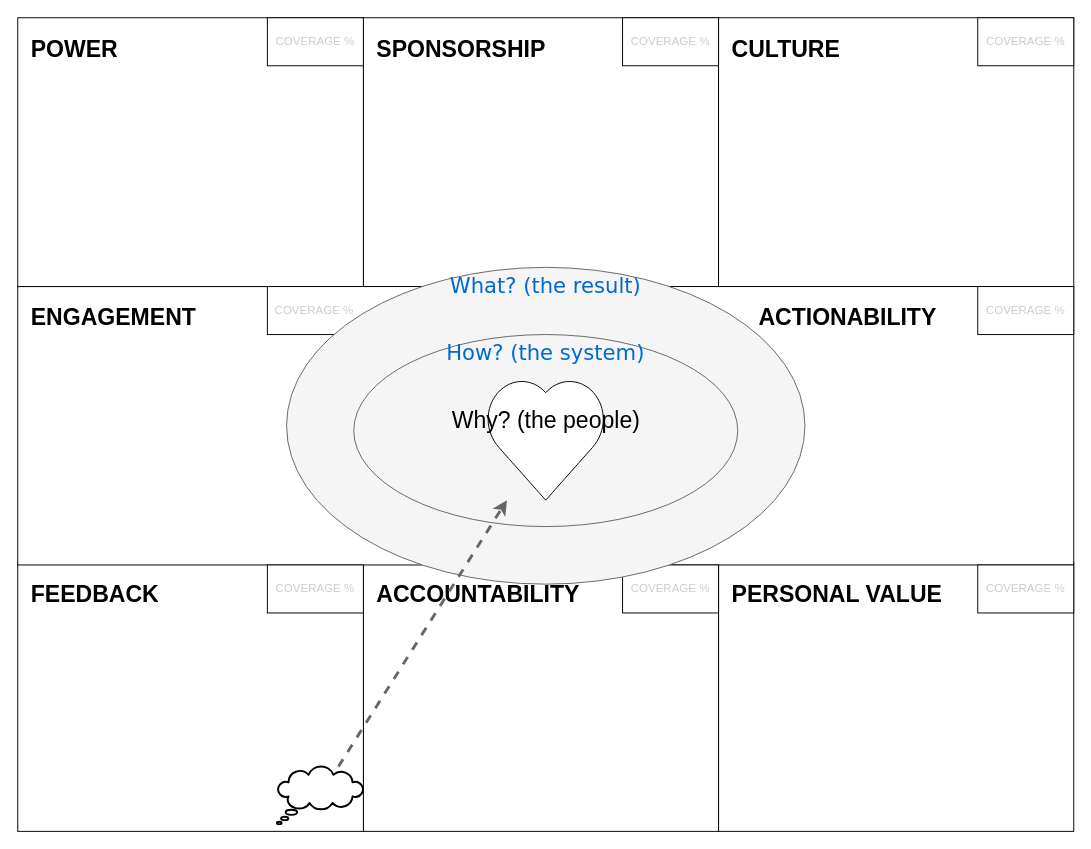
Before: collective-action-canvas.drawio in rquast/collective-action-canvas, a draw.io diagram. Source tidied: cells renumbered, new cells numbered last; positions are measured from the earlier drawing's top-left corner, leaving out a move shared by most shapes. Both pictures are drawn from the tidied source at 96%, with x=0, y=0 at pixel (17, 17).
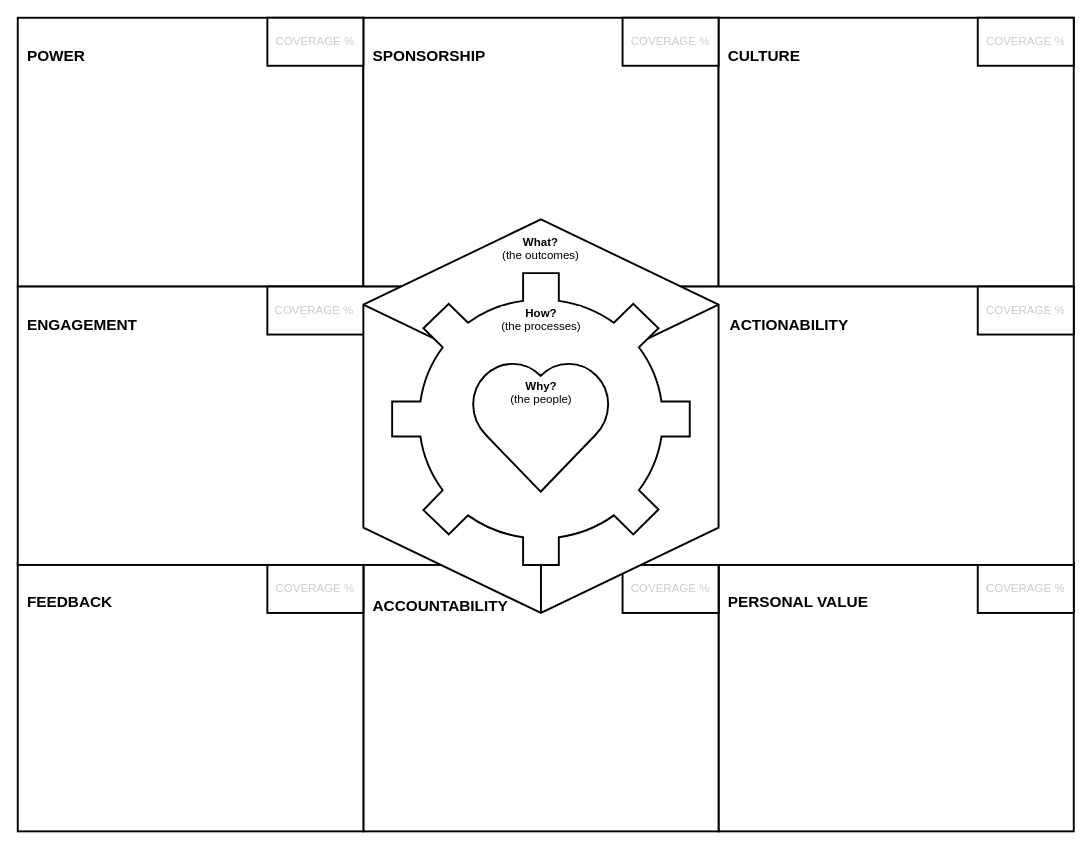
After the change.

Commit message:
cleanup of golden circle and layout

Diff of the diagram source:
```diff
@@
+    <mxCell id="9" value="&lt;p style=&quot;line-height: 220%&quot;&gt;POWER&lt;/p&gt;" style="rounded=0;whiteSpace=wrap;html=1;verticalAlign=top;align=left;fontSize=16;fontStyle=1;spacingLeft=8;spacingTop=0;strokeWidth=2;" parent="1" vertex="1">
+      <mxGeometry width="360" height="280" as="geometry" />
+    </mxCell>
-    <mxCell id="2" value="PERSONAL VALUE" style="rounded=0;whiteSpace=wrap;html=1;verticalAlign=top;align=left;fontSize=24;fontStyle=1;spacingLeft=12;spacingTop=12;" parent="1" vertex="1">
+    <mxCell id="2" value="&lt;p style=&quot;line-height: 220%&quot;&gt;PERSONAL VALUE&lt;/p&gt;" style="rounded=0;whiteSpace=wrap;html=1;verticalAlign=top;align=left;fontSize=16;fontStyle=1;spacingLeft=8;spacingTop=0;strokeWidth=2;" parent="1" vertex="1">
       <mxGeometry x="730" y="567.5" width="370" height="280" as="geometry" />
     </mxCell>
-    <mxCell id="3" value="ACCOUNTABILITY" style="rounded=0;whiteSpace=wrap;html=1;verticalAlign=top;align=left;fontSize=24;fontStyle=1;spacingLeft=12;spacingTop=12;" parent="1" vertex="1">
+    <mxCell id="3" value="&lt;p style=&quot;line-height: 220%&quot;&gt;ACCOUNTABILITY&lt;/p&gt;" style="rounded=0;whiteSpace=wrap;html=1;verticalAlign=top;align=left;fontSize=16;fontStyle=1;spacingLeft=8;spacingTop=4;strokeWidth=2;" parent="1" vertex="1">
       <mxGeometry x="360" y="567.5" width="370" height="280" as="geometry" />
     </mxCell>
-    <mxCell id="4" value="FEEDBACK" style="rounded=0;whiteSpace=wrap;html=1;verticalAlign=top;align=left;fontSize=24;fontStyle=1;spacingLeft=12;spacingTop=12;" parent="1" vertex="1">
+    <mxCell id="4" value="&lt;p style=&quot;line-height: 220%&quot;&gt;FEEDBACK&lt;/p&gt;" style="rounded=0;whiteSpace=wrap;html=1;verticalAlign=top;align=left;fontSize=16;fontStyle=1;spacingLeft=8;spacingTop=0;strokeWidth=2;" parent="1" vertex="1">
       <mxGeometry y="567.5" width="360" height="280" as="geometry" />
     </mxCell>
-    <mxCell id="5" value="ENGAGEMENT" style="rounded=0;whiteSpace=wrap;html=1;verticalAlign=top;align=left;fontSize=24;fontStyle=1;spacingLeft=12;spacingTop=12;" parent="1" vertex="1">
+    <mxCell id="5" value="&lt;p style=&quot;line-height: 220%&quot;&gt;ENGAGEMENT&lt;/p&gt;" style="rounded=0;whiteSpace=wrap;html=1;verticalAlign=top;align=left;fontSize=16;fontStyle=1;spacingLeft=8;spacingTop=0;strokeWidth=2;" parent="1" vertex="1">
       <mxGeometry y="280" width="450" height="290" as="geometry" />
     </mxCell>
-    <mxCell id="6" value="SPONSORSHIP" style="rounded=0;whiteSpace=wrap;html=1;verticalAlign=top;align=left;fontSize=24;fontStyle=1;spacingLeft=12;spacingTop=12;" parent="1" vertex="1">
+    <mxCell id="6" value="&lt;p style=&quot;line-height: 220%&quot;&gt;SPONSORSHIP&lt;/p&gt;" style="rounded=0;whiteSpace=wrap;html=1;verticalAlign=top;align=left;fontSize=16;fontStyle=1;spacingLeft=8;spacingTop=0;strokeWidth=2;" parent="1" vertex="1">
       <mxGeometry x="360" width="370" height="280" as="geometry" />
     </mxCell>
-    <mxCell id="7" value="CULTURE" style="rounded=0;whiteSpace=wrap;html=1;verticalAlign=top;align=left;fontSize=24;fontStyle=1;spacingLeft=12;spacingTop=12;" parent="1" vertex="1">
+    <mxCell id="7" value="&lt;p style=&quot;line-height: 220%&quot;&gt;CULTURE&lt;/p&gt;" style="rounded=0;whiteSpace=wrap;html=1;verticalAlign=top;align=left;fontSize=16;fontStyle=1;spacingLeft=8;spacingTop=0;strokeWidth=2;" parent="1" vertex="1">
       <mxGeometry x="730" width="370" height="280" as="geometry" />
     </mxCell>
-    <mxCell id="8" value="ACTIONABILITY" style="rounded=0;whiteSpace=wrap;html=1;verticalAlign=top;align=left;fontSize=24;fontStyle=1;spacingLeft=120;spacingTop=12;" parent="1" vertex="1">
+    <mxCell id="8" value="&lt;p style=&quot;line-height: 220%&quot;&gt;ACTIONABILITY&lt;/p&gt;" style="rounded=0;whiteSpace=wrap;html=1;verticalAlign=top;align=left;fontSize=16;fontStyle=1;spacingLeft=90;spacingTop=0;strokeWidth=2;" parent="1" vertex="1">
       <mxGeometry x="650" y="280" width="450" height="290" as="geometry" />
     </mxCell>
-    <mxCell id="9" value="POWER" style="rounded=0;whiteSpace=wrap;html=1;verticalAlign=top;align=left;fontSize=24;fontStyle=1;spacingLeft=12;spacingTop=12;" parent="1" vertex="1">
-      <mxGeometry width="360" height="280" as="geometry" />
-    </mxCell>
-    <mxCell id="10" style="whiteSpace=wrap;html=1;shape=mxgraph.basic.cloud_callout;fontSize=24;align=left;strokeWidth=2;" parent="1" vertex="1">
-      <mxGeometry x="270" y="780" width="90" height="60" as="geometry" />
-    </mxCell>
-    <mxCell id="11" value="COVERAGE %" style="rounded=0;whiteSpace=wrap;html=1;fontColor=#CCCCCC;" parent="1" vertex="1">
+    <mxCell id="11" value="COVERAGE %" style="rounded=0;whiteSpace=wrap;html=1;fontColor=#CCCCCC;strokeWidth=2;" parent="1" vertex="1">
       <mxGeometry x="1000" y="570" width="100" height="50" as="geometry" />
     </mxCell>
-    <mxCell id="12" value="COVERAGE %" style="rounded=0;whiteSpace=wrap;html=1;fontColor=#CCCCCC;" parent="1" vertex="1">
+    <mxCell id="12" value="COVERAGE %" style="rounded=0;whiteSpace=wrap;html=1;fontColor=#CCCCCC;strokeWidth=2;" parent="1" vertex="1">
       <mxGeometry x="1000" y="280" width="100" height="50" as="geometry" />
     </mxCell>
-    <mxCell id="13" value="COVERAGE %" style="rounded=0;whiteSpace=wrap;html=1;fontColor=#CCCCCC;" parent="1" vertex="1">
+    <mxCell id="13" value="COVERAGE %" style="rounded=0;whiteSpace=wrap;html=1;fontColor=#CCCCCC;strokeWidth=2;" parent="1" vertex="1">
       <mxGeometry x="1000" width="100" height="50" as="geometry" />
     </mxCell>
-    <mxCell id="14" value="COVERAGE %" style="rounded=0;whiteSpace=wrap;html=1;fontColor=#CCCCCC;" parent="1" vertex="1">
+    <mxCell id="14" value="COVERAGE %" style="rounded=0;whiteSpace=wrap;html=1;fontColor=#CCCCCC;strokeWidth=2;" parent="1" vertex="1">
       <mxGeometry x="630" width="100" height="50" as="geometry" />
     </mxCell>
-    <mxCell id="15" value="COVERAGE %" style="rounded=0;whiteSpace=wrap;html=1;fontColor=#CCCCCC;" parent="1" vertex="1">
+    <mxCell id="15" value="COVERAGE %" style="rounded=0;whiteSpace=wrap;html=1;fontColor=#CCCCCC;strokeWidth=2;" parent="1" vertex="1">
       <mxGeometry x="260" width="100" height="50" as="geometry" />
     </mxCell>
-    <mxCell id="16" value="COVERAGE %" style="rounded=0;whiteSpace=wrap;html=1;fontColor=#CCCCCC;align=left;spacingLeft=6;" parent="1" vertex="1">
+    <mxCell id="16" value="COVERAGE %" style="rounded=0;whiteSpace=wrap;html=1;fontColor=#CCCCCC;align=left;spacingLeft=6;strokeWidth=2;" parent="1" vertex="1">
       <mxGeometry x="260" y="280" width="180" height="50" as="geometry" />
     </mxCell>
-    <mxCell id="17" value="COVERAGE %" style="rounded=0;whiteSpace=wrap;html=1;fontColor=#CCCCCC;" parent="1" vertex="1">
+    <mxCell id="17" value="COVERAGE %" style="rounded=0;whiteSpace=wrap;html=1;fontColor=#CCCCCC;strokeWidth=2;" parent="1" vertex="1">
       <mxGeometry x="630" y="570" width="100" height="50" as="geometry" />
     </mxCell>
-    <mxCell id="18" value="COVERAGE %" style="rounded=0;whiteSpace=wrap;html=1;fontColor=#CCCCCC;" parent="1" vertex="1">
+    <mxCell id="18" value="COVERAGE %" style="rounded=0;whiteSpace=wrap;html=1;fontColor=#CCCCCC;strokeWidth=2;" parent="1" vertex="1">
       <mxGeometry x="260" y="570" width="100" height="50" as="geometry" />
     </mxCell>
-    <mxCell id="19" value="What? (the result)" style="ellipse;whiteSpace=wrap;html=1;rounded=0;shadow=0;dashed=0;comic=0;fontFamily=Verdana;fontSize=22;fontColor=#0069D1;fillColor=#f5f5f5;strokeColor=#666666;verticalAlign=top;" parent="1" vertex="1">
-      <mxGeometry x="280" y="260" width="540" height="330" as="geometry" />
-    </mxCell>
-    <mxCell id="20" value="How? (the system)" style="ellipse;whiteSpace=wrap;html=1;rounded=0;shadow=0;dashed=0;comic=0;fontFamily=Verdana;fontSize=22;fontColor=#0069D1;fillColor=#f5f5f5;strokeColor=#666666;verticalAlign=top;" parent="1" vertex="1">
-      <mxGeometry x="350" y="330" width="400" height="200" as="geometry" />
-    </mxCell>
+    <mxCell id="23" value="&lt;b&gt;What?&lt;br style=&quot;font-size: 12px&quot;&gt;&lt;/b&gt;(the outcomes)" style="whiteSpace=wrap;html=1;shape=mxgraph.basic.isocube;isoAngle=15;strokeColor=#000000;strokeWidth=2;fillColor=#ffffff;fontSize=12;fontColor=#000000;align=center;verticalAlign=top;spacingTop=10;" parent="1" vertex="1">
+      <mxGeometry x="360" y="210" width="370" height="410" as="geometry" />
+    </mxCell>
+    <mxCell id="24" value="&lt;font color=&quot;#000000&quot;&gt;&lt;b&gt;How?&lt;/b&gt;&lt;br&gt;(the processes)&lt;/font&gt;" style="html=1;verticalLabelPosition=middle;align=center;labelBackgroundColor=#ffffff;verticalAlign=top;strokeWidth=2;strokeColor=#000000;shadow=0;dashed=0;shape=mxgraph.ios7.icons.settings;fontColor=#CCCCCC;labelPosition=center;spacingTop=28;" parent="1" vertex="1">
+      <mxGeometry x="390" y="266" width="310" height="304" as="geometry" />
+    </mxCell>
-    <mxCell id="21" value="Why? (the people)" style="verticalLabelPosition=middle;verticalAlign=top;html=1;shape=mxgraph.basic.heart;fontSize=24;align=center;labelPosition=center;spacingTop=24;" parent="1" vertex="1">
-      <mxGeometry x="486.2" y="375" width="127.5" height="127.5" as="geometry" />
+    <mxCell id="21" value="&lt;b&gt;Why?&lt;/b&gt;&lt;br&gt;(the people)" style="verticalLabelPosition=middle;verticalAlign=top;html=1;shape=mxgraph.basic.heart;fontSize=12;align=center;labelPosition=center;spacingTop=14;fillColor=#ffffff;strokeWidth=2;" parent="1" vertex="1">
+      <mxGeometry x="470" y="356.3" width="149.4" height="137.4" as="geometry" />
     </mxCell>
-    <mxCell id="22" style="endArrow=classic;html=1;fontSize=24;spacing=6;strokeWidth=3;dashed=1;fillColor=#f5f5f5;strokeColor=#666666;" parent="1" edge="1" source="10" target="21">
-      <mxGeometry relative="1" as="geometry" />
-    </mxCell>
```
